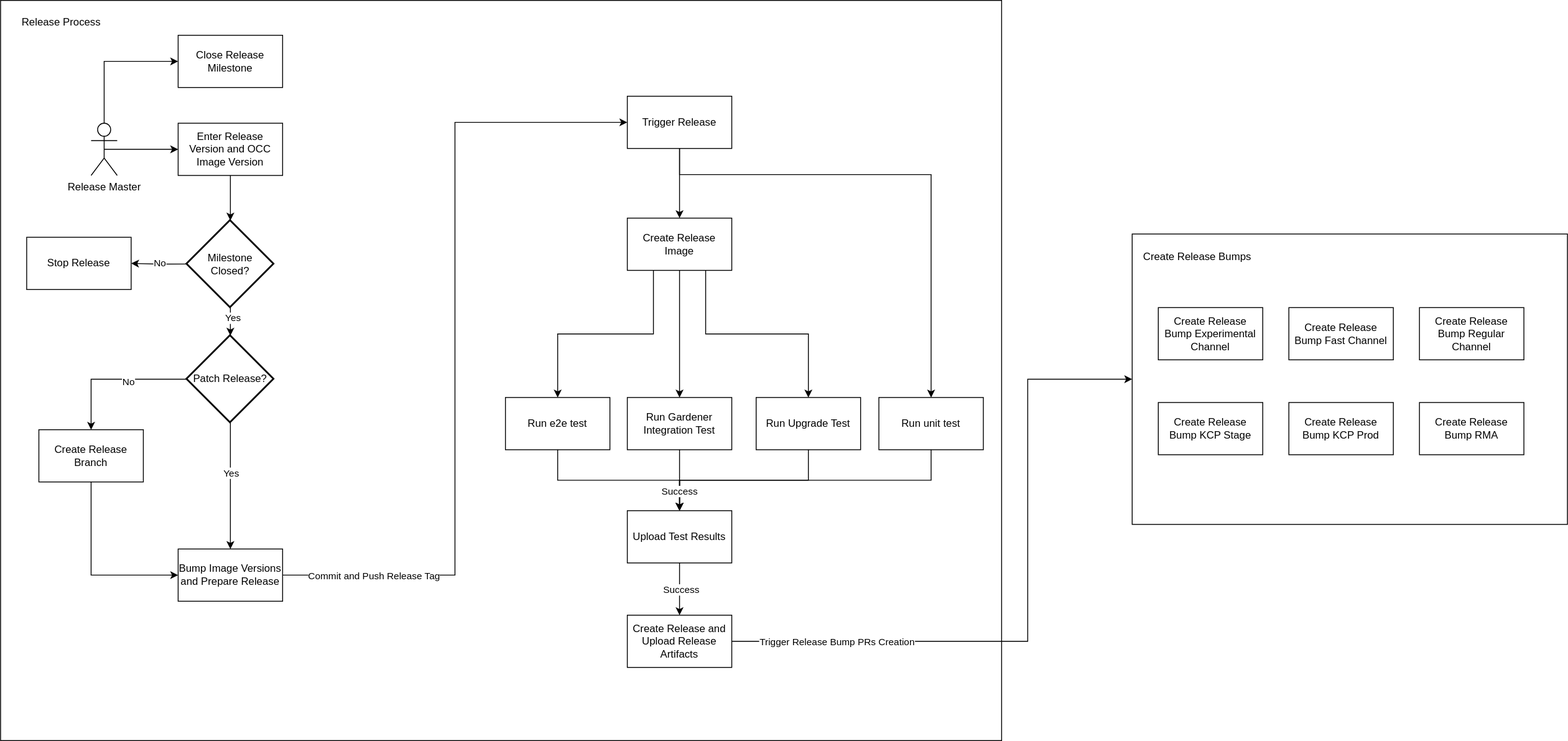
This is docs/contributor/assets/auditable-release-final.drawio.svg from kyma-project/telemetry-manager, a draw.io export, as it was before one commit. Source tidied: cells renumbered, new cells last; positions are measured from the earlier drawing's top-left corner, leaving out a move shared by most shapes.
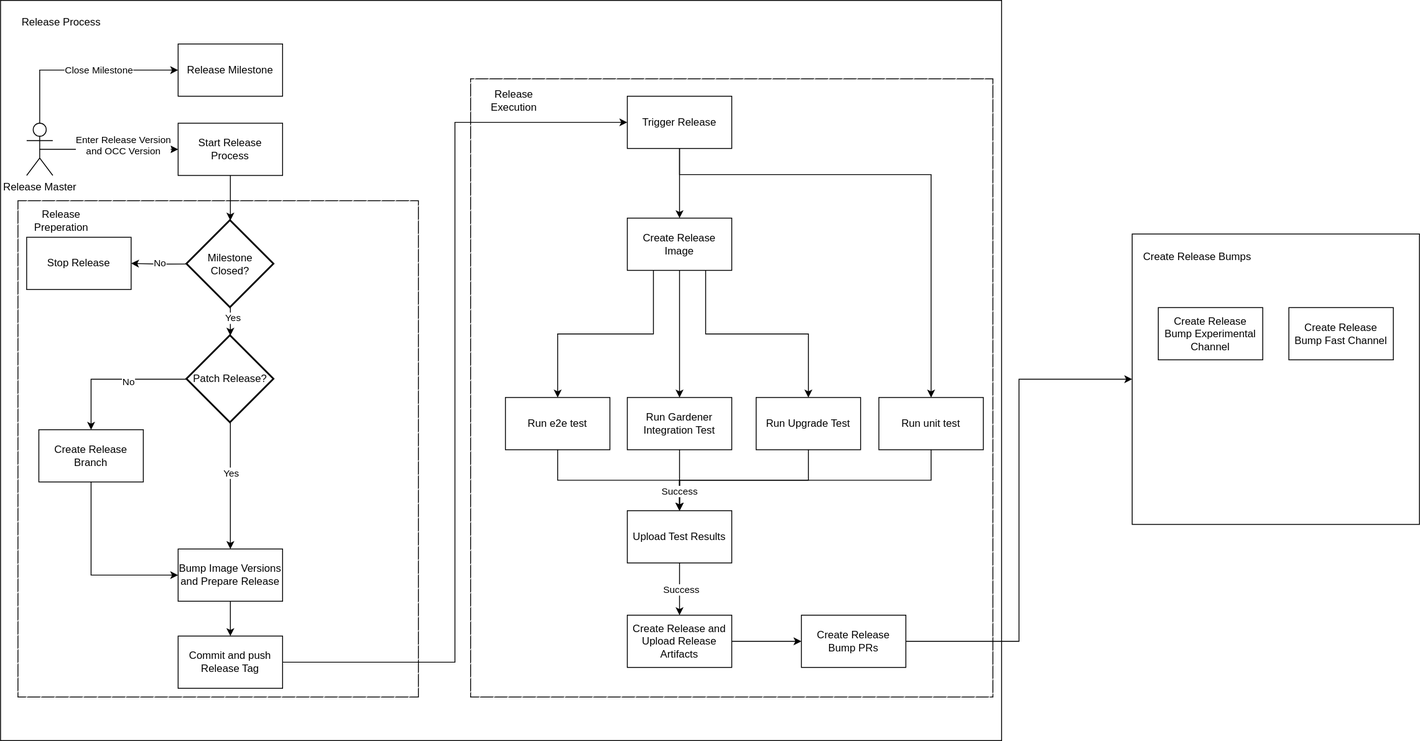
After the commit.

Diff of the diagram source:
```diff
@@ -2,6 +2,12 @@
   <root>
     <mxCell id="0" />
     <mxCell id="1" parent="0" />
+    <mxCell id="56" style="rounded=0;whiteSpace=wrap;html=1;" parent="1" vertex="1">
+      <mxGeometry x="540" y="90" width="600" height="710" as="geometry" />
+    </mxCell>
+    <mxCell id="57" style="rounded=0;whiteSpace=wrap;html=1;" parent="1" vertex="1">
+      <mxGeometry x="20" y="230" width="460" height="570" as="geometry" />
+    </mxCell>
     <mxCell id="2" style="rounded=0;whiteSpace=wrap;html=1;labelBackgroundColor=none;fillStyle=hatch;" parent="1" vertex="1">
       <mxGeometry width="1150" height="850" as="geometry" />
     </mxCell>
@@ -25,19 +31,9 @@
     <mxCell id="7" value="Create Release Image" style="rounded=0;whiteSpace=wrap;html=1;" parent="1" vertex="1">
       <mxGeometry x="720" y="250" width="120" height="60" as="geometry" />
     </mxCell>
-    <mxCell id="8" style="edgeStyle=orthogonalEdgeStyle;rounded=0;jettySize=auto;html=1;exitX=1;exitY=0.5;exitDx=0;exitDy=0;entryX=0;entryY=0.5;entryDx=0;entryDy=0;" parent="1" edge="1" source="10" target="32">
-      <mxGeometry relative="1" as="geometry">
-        <Array as="points">
-          <mxPoint x="1180" y="736" />
-          <mxPoint x="1180" y="435" />
-        </Array>
-      </mxGeometry>
-    </mxCell>
-    <mxCell id="9" value="Trigger Release Bump PRs Creation" style="edgeLabel;html=1;align=center;verticalAlign=middle;" parent="8" vertex="1">
-      <mxGeometry x="-0.58" y="-3" relative="1" as="geometry">
-        <mxPoint x="-41" y="-3" as="offset" />
-      </mxGeometry>
-    </mxCell>
+    <mxCell id="58" style="edgeStyle=orthogonalEdgeStyle;rounded=0;jettySize=auto;html=1;exitX=1;exitY=0.5;exitDx=0;exitDy=0;entryX=0;entryY=0.5;entryDx=0;entryDy=0;" parent="1" edge="1" source="10" target="67">
+      <mxGeometry relative="1" as="geometry" />
+    </mxCell>
     <mxCell id="10" value="Create Release and Upload Release Artifacts" style="rounded=0;whiteSpace=wrap;html=1;" parent="1" vertex="1">
       <mxGeometry x="720" y="706" width="120" height="60" as="geometry" />
     </mxCell>
@@ -79,15 +75,12 @@
     <mxCell id="22" value="Run Gardener Integration Test" style="rounded=0;whiteSpace=wrap;html=1;" parent="1" vertex="1">
       <mxGeometry x="720" y="456" width="120" height="60" as="geometry" />
     </mxCell>
-    <mxCell id="23" value="Enter Release Version and OCC Image Version" style="rounded=0;whiteSpace=wrap;html=1;" parent="1" vertex="1">
+    <mxCell id="23" value="Start Release Process" style="rounded=0;whiteSpace=wrap;html=1;" parent="1" vertex="1">
       <mxGeometry x="204" y="141" width="120" height="60" as="geometry" />
     </mxCell>
-    <mxCell id="24" style="edgeStyle=orthogonalEdgeStyle;rounded=0;jettySize=auto;html=1;exitX=1;exitY=0.5;exitDx=0;exitDy=0;entryX=0;entryY=0.5;entryDx=0;entryDy=0;" parent="1" edge="1" source="26" target="13">
-      <mxGeometry relative="1" as="geometry" />
-    </mxCell>
-    <mxCell id="25" value="Commit and Push Release Tag" style="edgeLabel;html=1;align=center;verticalAlign=middle;" parent="24" vertex="1">
-      <mxGeometry x="-0.77" relative="1" as="geometry" />
-    </mxCell>
+    <mxCell id="59" style="edgeStyle=orthogonalEdgeStyle;rounded=0;jettySize=auto;html=1;exitX=0.5;exitY=1;exitDx=0;exitDy=0;entryX=0.5;entryY=0;entryDx=0;entryDy=0;" parent="1" edge="1" source="26" target="64">
+      <mxGeometry relative="1" as="geometry" />
+    </mxCell>
     <mxCell id="26" value="Bump Image Versions and Prepare Release" style="rounded=0;whiteSpace=wrap;html=1;" parent="1" vertex="1">
       <mxGeometry x="204" y="630" width="120" height="60" as="geometry" />
     </mxCell>
@@ -100,14 +93,20 @@
     <mxCell id="29" style="edgeStyle=orthogonalEdgeStyle;rounded=0;jettySize=auto;html=1;exitX=0.5;exitY=0.5;exitDx=0;exitDy=0;exitPerimeter=0;entryX=0;entryY=0.5;entryDx=0;entryDy=0;" parent="1" edge="1" source="31" target="23">
       <mxGeometry relative="1" as="geometry" />
     </mxCell>
+    <mxCell id="60" value="Enter Release Version&lt;div&gt;and OCC Version&lt;/div&gt;&lt;div&gt;&lt;br&gt;&lt;/div&gt;" style="edgeLabel;html=1;align=center;verticalAlign=middle;" parent="29" vertex="1">
+      <mxGeometry x="0.2" y="-1" relative="1" as="geometry" />
+    </mxCell>
     <mxCell id="30" style="edgeStyle=orthogonalEdgeStyle;rounded=0;jettySize=auto;html=1;exitX=0.5;exitY=0;exitDx=0;exitDy=0;exitPerimeter=0;entryX=0;entryY=0.5;entryDx=0;entryDy=0;" parent="1" edge="1" source="31" target="48">
       <mxGeometry relative="1" as="geometry" />
     </mxCell>
+    <mxCell id="61" value="Close Milestone" style="edgeLabel;html=1;align=center;verticalAlign=middle;" parent="30" vertex="1">
+      <mxGeometry x="0.16" y="1" relative="1" as="geometry" />
+    </mxCell>
     <mxCell id="31" value="Release Master" style="shape=umlActor;verticalLabelPosition=bottom;verticalAlign=top;html=1;outlineConnect=0;" parent="1" vertex="1">
-      <mxGeometry x="104" y="141" width="30" height="60" as="geometry" />
+      <mxGeometry x="30" y="141" width="30" height="60" as="geometry" />
     </mxCell>
     <mxCell id="32" style="rounded=0;whiteSpace=wrap;html=1;labelBackgroundColor=none;fillStyle=hatch;" parent="1" vertex="1">
-      <mxGeometry x="1300" y="268.2" width="500" height="333.5" as="geometry" />
+      <mxGeometry x="1300" y="268.2" width="330" height="333.5" as="geometry" />
     </mxCell>
     <mxCell id="33" style="edgeStyle=orthogonalEdgeStyle;rounded=0;jettySize=auto;html=1;exitX=0;exitY=0.5;exitDx=0;exitDy=0;exitPerimeter=0;entryX=0.5;entryY=0;entryDx=0;entryDy=0;" parent="1" edge="1" source="37" target="28">
       <mxGeometry relative="1" as="geometry" />
@@ -139,23 +138,11 @@
     <mxCell id="42" value="Create Release Bump Fast Channel" style="rounded=0;whiteSpace=wrap;html=1;" parent="1" vertex="1">
       <mxGeometry x="1480" y="352.8" width="120" height="60" as="geometry" />
     </mxCell>
-    <mxCell id="43" value="Create Release Bump Regular Channel" style="rounded=0;whiteSpace=wrap;html=1;" parent="1" vertex="1">
-      <mxGeometry x="1630" y="352.8" width="120" height="60" as="geometry" />
-    </mxCell>
-    <mxCell id="44" value="Create Release Bump KCP Stage" style="rounded=0;whiteSpace=wrap;html=1;" parent="1" vertex="1">
-      <mxGeometry x="1330" y="461.8" width="120" height="60" as="geometry" />
-    </mxCell>
-    <mxCell id="45" value="Create Release Bump KCP Prod" style="rounded=0;whiteSpace=wrap;html=1;" parent="1" vertex="1">
-      <mxGeometry x="1480" y="461.8" width="120" height="60" as="geometry" />
-    </mxCell>
-    <mxCell id="46" value="Create Release Bump RMA" style="rounded=0;whiteSpace=wrap;html=1;" parent="1" vertex="1">
-      <mxGeometry x="1630" y="461.8" width="120" height="60" as="geometry" />
-    </mxCell>
     <mxCell id="47" value="Create Release Bumps" style="text;html=1;whiteSpace=wrap;strokeColor=none;fillColor=none;align=center;verticalAlign=middle;rounded=0;" parent="1" vertex="1">
       <mxGeometry x="1310" y="280" width="130" height="30" as="geometry" />
     </mxCell>
-    <mxCell id="48" value="Close Release Milestone" style="rounded=0;whiteSpace=wrap;html=1;" parent="1" vertex="1">
-      <mxGeometry x="204" y="40" width="120" height="60" as="geometry" />
+    <mxCell id="48" value="Release Milestone" style="rounded=0;whiteSpace=wrap;html=1;" parent="1" vertex="1">
+      <mxGeometry x="204" y="50" width="120" height="60" as="geometry" />
     </mxCell>
     <mxCell id="49" style="edgeStyle=orthogonalEdgeStyle;rounded=0;jettySize=auto;html=1;exitX=0;exitY=0.5;exitDx=0;exitDy=0;exitPerimeter=0;entryX=1;entryY=0.5;entryDx=0;entryDy=0;" parent="1" edge="1" source="51" target="55">
       <mxGeometry relative="1" as="geometry" />
@@ -180,5 +167,23 @@
     <mxCell id="55" value="Stop Release" style="rounded=0;whiteSpace=wrap;html=1;" parent="1" vertex="1">
       <mxGeometry x="30" y="272" width="120" height="60" as="geometry" />
     </mxCell>
+    <mxCell id="62" value="Release Preperation" style="text;html=1;whiteSpace=wrap;strokeColor=none;fillColor=none;align=center;verticalAlign=middle;rounded=0;" parent="1" vertex="1">
+      <mxGeometry x="40" y="238.2" width="60" height="30" as="geometry" />
+    </mxCell>
+    <mxCell id="63" style="edgeStyle=orthogonalEdgeStyle;rounded=0;jettySize=auto;html=1;exitX=1;exitY=0.5;exitDx=0;exitDy=0;entryX=0;entryY=0.5;entryDx=0;entryDy=0;" parent="1" edge="1" source="64" target="13">
+      <mxGeometry relative="1" as="geometry" />
+    </mxCell>
+    <mxCell id="64" value="Commit and push Release Tag" style="rounded=0;whiteSpace=wrap;html=1;" parent="1" vertex="1">
+      <mxGeometry x="204" y="730" width="120" height="60" as="geometry" />
+    </mxCell>
+    <mxCell id="65" value="Release Execution" style="text;html=1;whiteSpace=wrap;strokeColor=none;fillColor=none;align=center;verticalAlign=middle;rounded=0;" parent="1" vertex="1">
+      <mxGeometry x="560" y="100" width="60" height="30" as="geometry" />
+    </mxCell>
+    <mxCell id="66" style="edgeStyle=orthogonalEdgeStyle;rounded=0;jettySize=auto;html=1;exitX=1;exitY=0.5;exitDx=0;exitDy=0;entryX=0;entryY=0.5;entryDx=0;entryDy=0;" parent="1" edge="1" source="67" target="32">
+      <mxGeometry relative="1" as="geometry" />
+    </mxCell>
+    <mxCell id="67" value="Create Release Bump PRs" style="rounded=0;whiteSpace=wrap;html=1;" parent="1" vertex="1">
+      <mxGeometry x="920" y="706" width="120" height="60" as="geometry" />
+    </mxCell>
   </root>
 </mxGraphModel>
```
